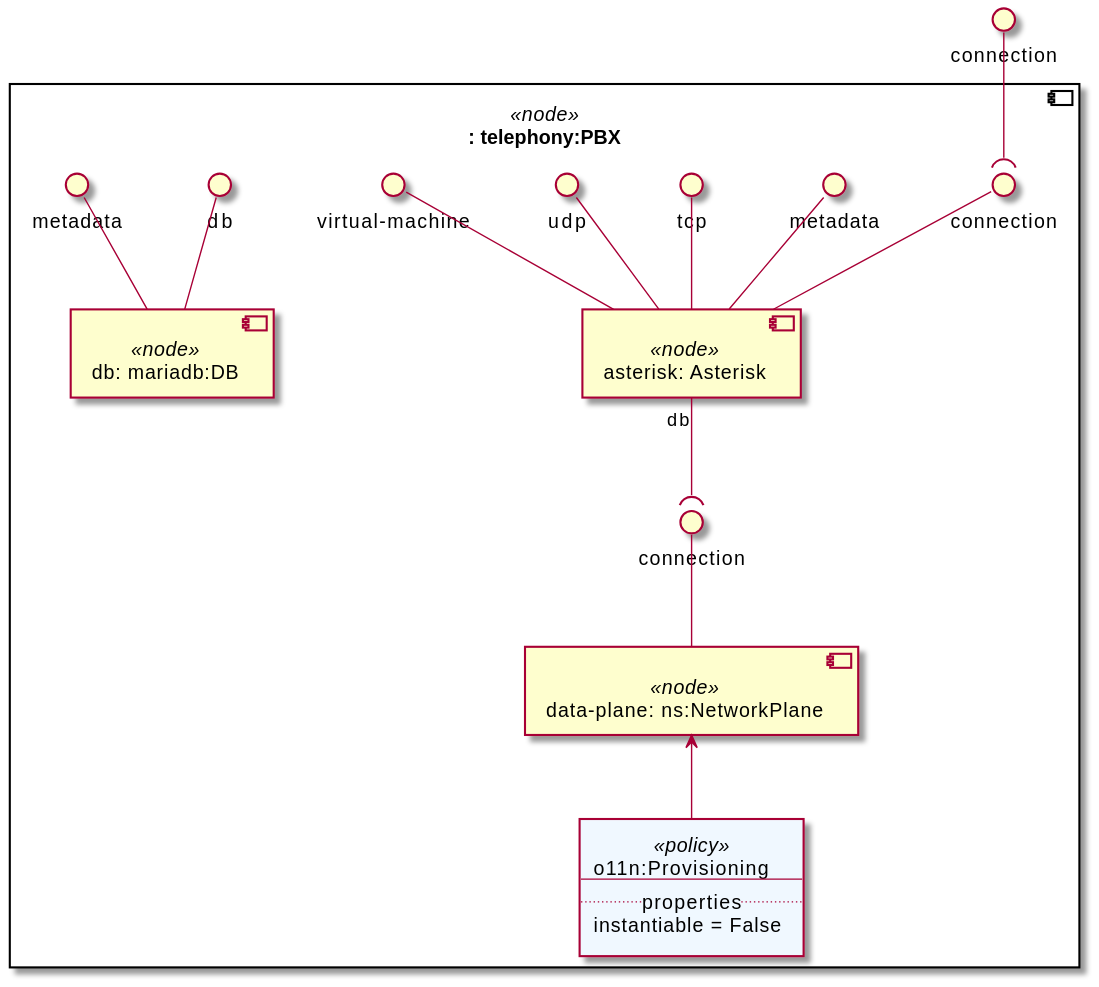
The PlantUML diagram examples/tosca-community-contributions/diagrams/uml2/examples-1.3-turandot-telephony-network-service-asterisk-vnf-asterisk-vnf-uml2-component-diagram1.svg in Orange-OpenSource/Cloudnet-TOSCA-toolbox, before a commit.
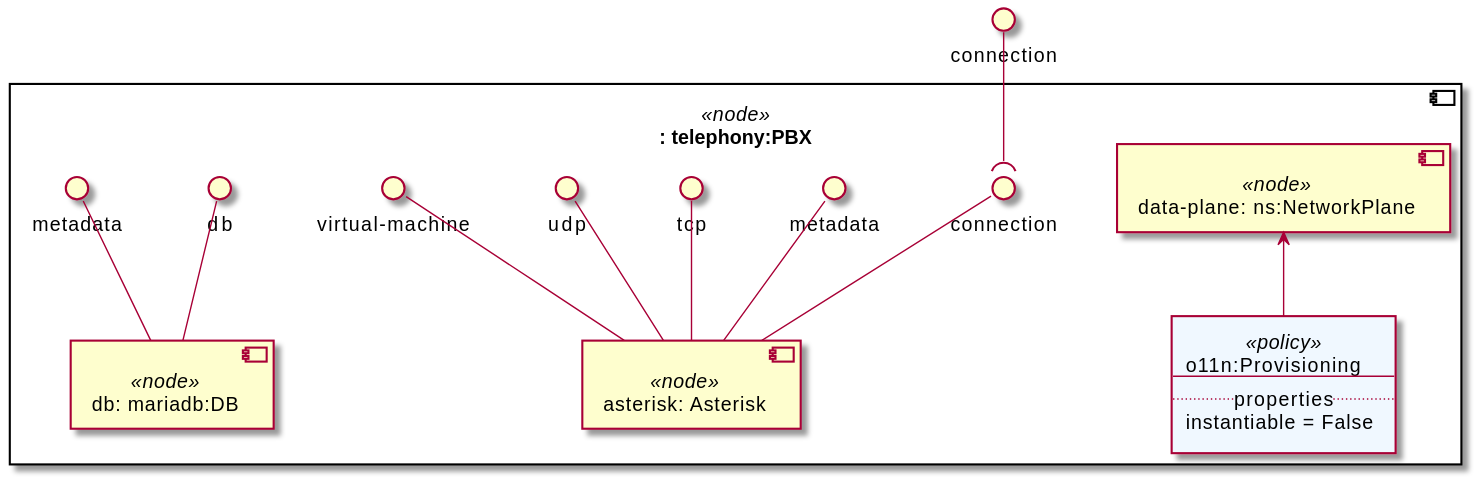
After the change.

Diff of the diagram source:
```diff
@@ -22,10 +22,7 @@
 node_db_metadata -- node_db
 
 component "data-plane: ns:NetworkPlane" <<node>> as node_data_plane
-interface "connection" as node_data_plane_connection
-node_data_plane_connection -- node_data_plane
 
-node_asterisk "db" --( node_data_plane_connection
 agent policy_data_plane <<policy>> #AliceBlue [
 o11n:Provisioning
 ---
```
